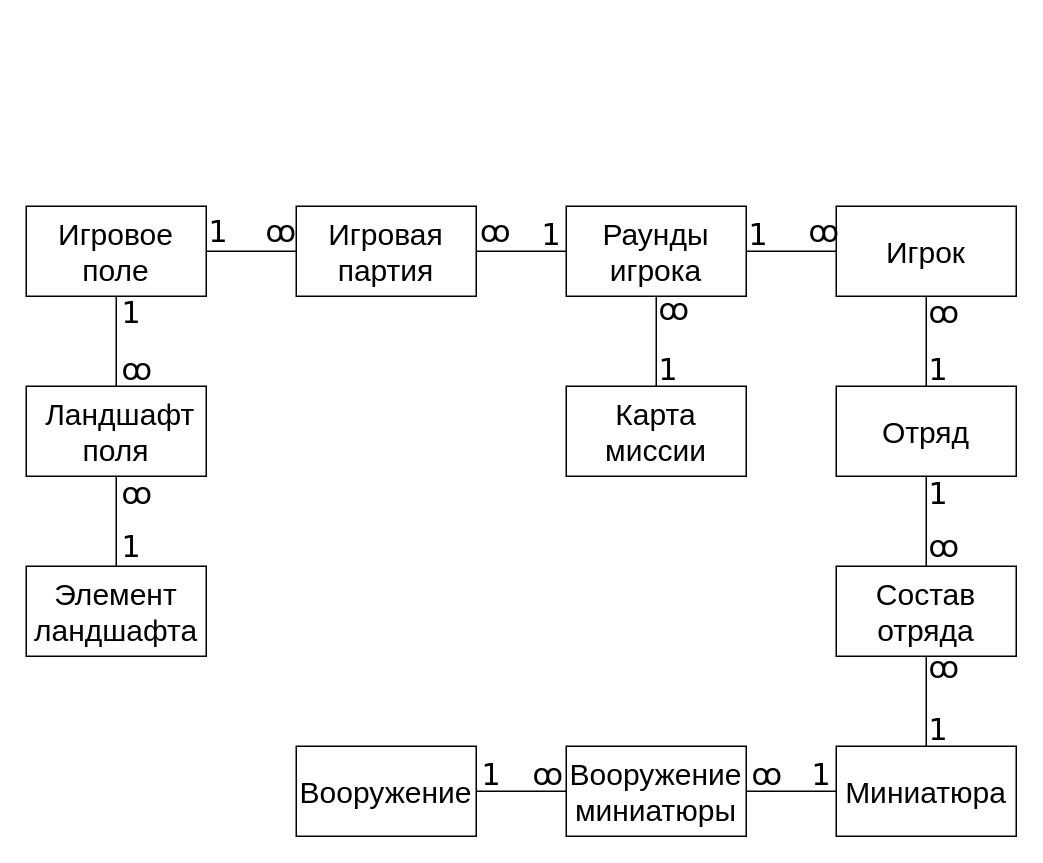
Before: Схема объектов/kill_team_entity_diag_v2.drawio in sakralen/hsai-db, a draw.io diagram. Source tidied: cells renumbered, new cells numbered last; positions are measured from the earlier drawing's top-left corner, leaving out a move shared by most shapes. Both pictures are drawn from the tidied source at 150%, with x=0, y=0 at pixel (26, 202).
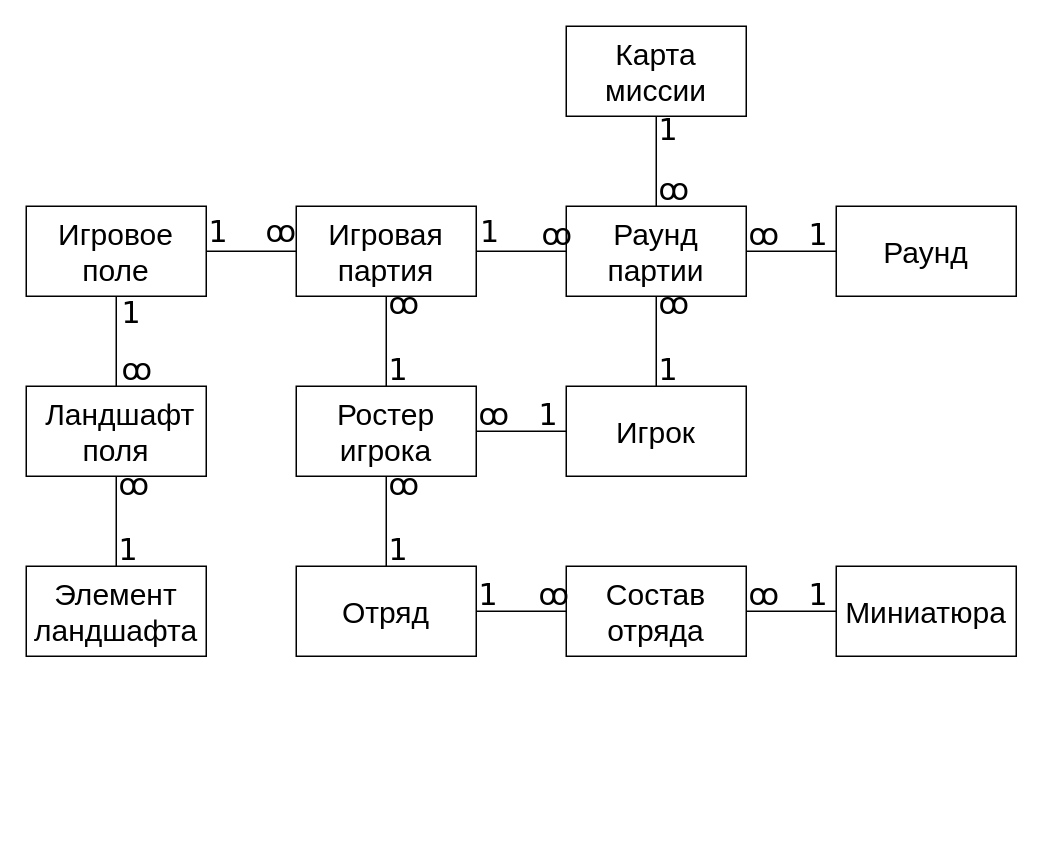
Above is the later version.

Commit message (it also covers changes not shown here):
reworked object diagram and schemas

Unchanged cells that the change refers to:
```xml
<mxCell id="12" value="Игровая партия" style="rounded=0;whiteSpace=wrap;html=1;fontSize=20;" parent="1" vertex="1">
  <mxGeometry x="180" y="2" width="120" height="60" as="geometry" />
</mxCell>
```

Diff of the diagram source:
```diff
@@
-    <mxCell id="7" value="Вооружение&lt;br style=&quot;font-size: 20px;&quot;&gt;миниатюры" style="rounded=0;whiteSpace=wrap;html=1;fontSize=20;" parent="1" vertex="1">
-      <mxGeometry x="360" y="362" width="120" height="60" as="geometry" />
-    </mxCell>
-    <mxCell id="8" style="edgeStyle=orthogonalEdgeStyle;rounded=0;jettySize=auto;html=1;exitX=0;exitY=0.5;exitDx=0;exitDy=0;entryX=1;entryY=0.5;entryDx=0;entryDy=0;endArrow=none;endFill=0;startArrow=none;startFill=0;fontSize=20;" parent="1" edge="1" source="9" target="7">
-      <mxGeometry relative="1" as="geometry" />
-    </mxCell>
     <mxCell id="9" value="Миниатюра" style="rounded=0;whiteSpace=wrap;html=1;fontSize=20;" parent="1" vertex="1">
-      <mxGeometry x="540" y="362" width="120" height="60" as="geometry" />
+      <mxGeometry x="540" y="242" width="120" height="60" as="geometry" />
     </mxCell>
@@
+    <mxCell id="47" style="edgeStyle=orthogonalEdgeStyle;rounded=0;jettySize=auto;html=1;exitX=0.5;exitY=1;exitDx=0;exitDy=0;entryX=0.5;entryY=0;entryDx=0;entryDy=0;endArrow=none;endFill=0;" parent="1" edge="1" source="12" target="54">
+      <mxGeometry relative="1" as="geometry" />
+    </mxCell>
@@
-    <mxCell id="13" style="edgeStyle=orthogonalEdgeStyle;rounded=0;jettySize=auto;html=1;exitX=0.5;exitY=1;exitDx=0;exitDy=0;entryX=0.5;entryY=0;entryDx=0;entryDy=0;endArrow=none;endFill=0;startArrow=none;startFill=0;fontSize=20;" parent="1" edge="1" source="16" target="14">
-      <mxGeometry relative="1" as="geometry" />
-    </mxCell>
+    <mxCell id="48" style="edgeStyle=orthogonalEdgeStyle;rounded=0;jettySize=auto;html=1;exitX=0.5;exitY=1;exitDx=0;exitDy=0;entryX=0.5;entryY=0;entryDx=0;entryDy=0;endArrow=none;endFill=0;" parent="1" edge="1" source="14" target="16">
+      <mxGeometry relative="1" as="geometry" />
+    </mxCell>
     <mxCell id="14" value="Карта миссии" style="rounded=0;whiteSpace=wrap;html=1;fontSize=20;" parent="1" vertex="1">
-      <mxGeometry x="360" y="122" width="120" height="60" as="geometry" />
+      <mxGeometry x="360" y="-118" width="120" height="60" as="geometry" />
     </mxCell>
-    <mxCell id="15" style="edgeStyle=orthogonalEdgeStyle;rounded=0;jettySize=auto;html=1;exitX=1;exitY=0.5;exitDx=0;exitDy=0;entryX=0;entryY=0.5;entryDx=0;entryDy=0;endArrow=none;endFill=0;fontSize=20;" parent="1" edge="1" source="16" target="18">
-      <mxGeometry relative="1" as="geometry" />
-    </mxCell>
-    <mxCell id="16" value="Раунды игрока" style="rounded=0;whiteSpace=wrap;html=1;fontSize=20;" parent="1" vertex="1">
+    <mxCell id="16" value="Раунд партии" style="rounded=0;whiteSpace=wrap;html=1;fontSize=20;" parent="1" vertex="1">
       <mxGeometry x="360" y="2" width="120" height="60" as="geometry" />
     </mxCell>
-    <mxCell id="17" style="edgeStyle=orthogonalEdgeStyle;rounded=0;jettySize=auto;html=1;exitX=0.5;exitY=1;exitDx=0;exitDy=0;entryX=0.5;entryY=0;entryDx=0;entryDy=0;endArrow=none;endFill=0;fontSize=20;" parent="1" edge="1" source="18" target="20">
-      <mxGeometry relative="1" as="geometry" />
-    </mxCell>
+    <mxCell id="49" style="edgeStyle=orthogonalEdgeStyle;rounded=0;jettySize=auto;html=1;exitX=0.5;exitY=0;exitDx=0;exitDy=0;entryX=0.5;entryY=1;entryDx=0;entryDy=0;endArrow=none;endFill=0;" parent="1" edge="1" source="18" target="16">
+      <mxGeometry relative="1" as="geometry" />
+    </mxCell>
+    <mxCell id="50" style="edgeStyle=orthogonalEdgeStyle;rounded=0;jettySize=auto;html=1;exitX=0;exitY=0.5;exitDx=0;exitDy=0;entryX=1;entryY=0.5;entryDx=0;entryDy=0;endArrow=none;endFill=0;" parent="1" edge="1" source="18" target="54">
+      <mxGeometry relative="1" as="geometry" />
+    </mxCell>
     <mxCell id="18" value="Игрок" style="rounded=0;whiteSpace=wrap;html=1;fontSize=20;" parent="1" vertex="1">
-      <mxGeometry x="540" y="2" width="120" height="60" as="geometry" />
+      <mxGeometry x="360" y="122" width="120" height="60" as="geometry" />
     </mxCell>
-    <mxCell id="19" style="edgeStyle=orthogonalEdgeStyle;rounded=0;jettySize=auto;html=1;exitX=0.5;exitY=1;exitDx=0;exitDy=0;entryX=0.5;entryY=0;entryDx=0;entryDy=0;endArrow=none;endFill=0;startArrow=none;startFill=0;fontSize=20;" parent="1" edge="1" source="20" target="22">
+    <mxCell id="19" style="edgeStyle=orthogonalEdgeStyle;rounded=0;jettySize=auto;html=1;exitX=1;exitY=0.5;exitDx=0;exitDy=0;entryX=0;entryY=0.5;entryDx=0;entryDy=0;endArrow=none;endFill=0;" parent="1" edge="1" source="20" target="22">
       <mxGeometry relative="1" as="geometry" />
     </mxCell>
     <mxCell id="20" value="Отряд" style="rounded=0;whiteSpace=wrap;html=1;fontSize=20;" parent="1" vertex="1">
-      <mxGeometry x="540" y="122" width="120" height="60" as="geometry" />
+      <mxGeometry x="180" y="242" width="120" height="60" as="geometry" />
     </mxCell>
-    <mxCell id="21" style="edgeStyle=orthogonalEdgeStyle;rounded=0;jettySize=auto;html=1;exitX=0.5;exitY=1;exitDx=0;exitDy=0;entryX=0.5;entryY=0;entryDx=0;entryDy=0;endArrow=none;endFill=0;startArrow=none;startFill=0;fontSize=20;" parent="1" edge="1" source="22" target="9">
+    <mxCell id="21" style="edgeStyle=orthogonalEdgeStyle;rounded=0;jettySize=auto;html=1;exitX=1;exitY=0.5;exitDx=0;exitDy=0;entryX=0;entryY=0.5;entryDx=0;entryDy=0;endArrow=none;endFill=0;" parent="1" edge="1" source="22" target="9">
       <mxGeometry relative="1" as="geometry" />
     </mxCell>
     <mxCell id="22" value="Состав отряда" style="rounded=0;whiteSpace=wrap;html=1;fontSize=20;" parent="1" vertex="1">
-      <mxGeometry x="540" y="242" width="120" height="60" as="geometry" />
+      <mxGeometry x="360" y="242" width="120" height="60" as="geometry" />
     </mxCell>
@@
     <mxCell id="25" value="1" style="text;whiteSpace=wrap;html=1;fontFamily=Verdana;fontSize=20;" parent="1" vertex="1">
-      <mxGeometry x="62" y="210" width="20" height="30" as="geometry" />
+      <mxGeometry x="60" y="212" width="20" height="30" as="geometry" />
     </mxCell>
@@
     <mxCell id="27" value="ꝏ" style="text;whiteSpace=wrap;html=1;fontFamily=Verdana;fontSize=20;" parent="1" vertex="1">
-      <mxGeometry x="62" y="175" width="20" height="30" as="geometry" />
+      <mxGeometry x="60" y="169" width="20" height="30" as="geometry" />
     </mxCell>
-    <mxCell id="28" style="edgeStyle=orthogonalEdgeStyle;rounded=0;jettySize=auto;html=1;exitX=1;exitY=0.5;exitDx=0;exitDy=0;entryX=0;entryY=0.5;entryDx=0;entryDy=0;endArrow=none;endFill=0;fontSize=20;" parent="1" edge="1" source="29" target="7">
-      <mxGeometry relative="1" as="geometry" />
-    </mxCell>
-    <mxCell id="29" value="Вооружение" style="rounded=0;whiteSpace=wrap;html=1;fontSize=20;" parent="1" vertex="1">
-      <mxGeometry x="180" y="362" width="120" height="60" as="geometry" />
-    </mxCell>
@@
-    <mxCell id="31" value="ꝏ" style="text;whiteSpace=wrap;html=1;fontFamily=Verdana;fontSize=20;" parent="1" vertex="1">
+    <mxCell id="31" value="1" style="text;whiteSpace=wrap;html=1;fontFamily=Verdana;fontSize=20;" parent="1" vertex="1">
       <mxGeometry x="301" width="20" height="30" as="geometry" />
     </mxCell>
-    <mxCell id="32" value="1" style="text;whiteSpace=wrap;html=1;fontFamily=Verdana;fontSize=20;" parent="1" vertex="1">
+    <mxCell id="32" value="ꝏ" style="text;whiteSpace=wrap;html=1;fontFamily=Verdana;fontSize=20;" parent="1" vertex="1">
       <mxGeometry x="342" y="2" width="20" height="30" as="geometry" />
     </mxCell>
-    <mxCell id="33" value="ꝏ" style="text;whiteSpace=wrap;html=1;fontFamily=Verdana;fontSize=20;" parent="1" vertex="1">
-      <mxGeometry x="520" width="20" height="30" as="geometry" />
-    </mxCell>
-    <mxCell id="34" value="1" style="text;whiteSpace=wrap;html=1;fontFamily=Verdana;fontSize=20;" parent="1" vertex="1">
-      <mxGeometry x="480" y="2" width="20" height="30" as="geometry" />
-    </mxCell>
-    <mxCell id="35" value="1" style="text;whiteSpace=wrap;html=1;fontFamily=Verdana;fontSize=20;" parent="1" vertex="1">
-      <mxGeometry x="600" y="92" width="20" height="30" as="geometry" />
-    </mxCell>
-    <mxCell id="36" value="ꝏ" style="text;whiteSpace=wrap;html=1;fontFamily=Verdana;fontSize=20;" parent="1" vertex="1">
-      <mxGeometry x="600" y="54" width="20" height="30" as="geometry" />
-    </mxCell>
-    <mxCell id="37" value="1" style="text;whiteSpace=wrap;html=1;fontFamily=Verdana;fontSize=20;" parent="1" vertex="1">
-      <mxGeometry x="600" y="175" width="20" height="30" as="geometry" />
-    </mxCell>
-    <mxCell id="38" value="ꝏ" style="text;whiteSpace=wrap;html=1;fontFamily=Verdana;fontSize=20;" parent="1" vertex="1">
-      <mxGeometry x="600" y="210" width="20" height="30" as="geometry" />
-    </mxCell>
-    <mxCell id="39" value="ꝏ" style="text;whiteSpace=wrap;html=1;fontFamily=Verdana;fontSize=20;" parent="1" vertex="1">
-      <mxGeometry x="600" y="291" width="20" height="30" as="geometry" />
-    </mxCell>
-    <mxCell id="40" value="1" style="text;whiteSpace=wrap;html=1;fontFamily=Verdana;fontSize=20;" parent="1" vertex="1">
-      <mxGeometry x="600" y="332" width="20" height="30" as="geometry" />
-    </mxCell>
-    <mxCell id="41" value="ꝏ" style="text;whiteSpace=wrap;html=1;fontFamily=Verdana;fontSize=20;" parent="1" vertex="1">
-      <mxGeometry x="482" y="362" width="20" height="30" as="geometry" />
-    </mxCell>
-    <mxCell id="42" value="ꝏ" style="text;whiteSpace=wrap;html=1;fontFamily=Verdana;fontSize=20;" parent="1" vertex="1">
-      <mxGeometry x="336" y="362" width="20" height="30" as="geometry" />
-    </mxCell>
-    <mxCell id="43" value="1" style="text;whiteSpace=wrap;html=1;fontFamily=Verdana;fontSize=20;" parent="1" vertex="1">
-      <mxGeometry x="522" y="362" width="20" height="30" as="geometry" />
-    </mxCell>
-    <mxCell id="44" value="1" style="text;whiteSpace=wrap;html=1;fontFamily=Verdana;fontSize=20;" parent="1" vertex="1">
-      <mxGeometry x="302" y="362" width="20" height="30" as="geometry" />
-    </mxCell>
+    <mxCell id="51" style="edgeStyle=orthogonalEdgeStyle;rounded=0;jettySize=auto;html=1;exitX=0;exitY=0.5;exitDx=0;exitDy=0;endArrow=none;endFill=0;" parent="1" edge="1" source="52" target="16">
+      <mxGeometry relative="1" as="geometry" />
+    </mxCell>
+    <mxCell id="52" value="Раунд" style="rounded=0;whiteSpace=wrap;html=1;fontSize=20;" parent="1" vertex="1">
+      <mxGeometry x="540" y="2" width="120" height="60" as="geometry" />
+    </mxCell>
+    <mxCell id="53" style="edgeStyle=orthogonalEdgeStyle;rounded=0;jettySize=auto;html=1;exitX=0.5;exitY=1;exitDx=0;exitDy=0;endArrow=none;endFill=0;" parent="1" edge="1" source="54" target="20">
+      <mxGeometry relative="1" as="geometry" />
+    </mxCell>
+    <mxCell id="54" value="Ростер игрока" style="rounded=0;whiteSpace=wrap;html=1;fontSize=20;" parent="1" vertex="1">
+      <mxGeometry x="180" y="122" width="120" height="60" as="geometry" />
+    </mxCell>
@@
-    <mxCell id="46" value="ꝏ" style="text;whiteSpace=wrap;html=1;fontFamily=Verdana;fontSize=20;" parent="1" vertex="1">
-      <mxGeometry x="420" y="52" width="20" height="30" as="geometry" />
-    </mxCell>
+    <mxCell id="55" value="ꝏ" style="text;whiteSpace=wrap;html=1;fontFamily=Verdana;fontSize=20;" parent="1" vertex="1">
+      <mxGeometry x="420" y="48" width="20" height="30" as="geometry" />
+    </mxCell>
+    <mxCell id="56" value="ꝏ" style="text;whiteSpace=wrap;html=1;fontFamily=Verdana;fontSize=20;" parent="1" vertex="1">
+      <mxGeometry x="420" y="-28" width="20" height="30" as="geometry" />
+    </mxCell>
+    <mxCell id="57" value="1" style="text;whiteSpace=wrap;html=1;fontFamily=Verdana;fontSize=20;" parent="1" vertex="1">
+      <mxGeometry x="420" y="-68" width="20" height="30" as="geometry" />
+    </mxCell>
+    <mxCell id="58" value="ꝏ" style="text;whiteSpace=wrap;html=1;fontFamily=Verdana;fontSize=20;" parent="1" vertex="1">
+      <mxGeometry x="480" y="2" width="20" height="30" as="geometry" />
+    </mxCell>
+    <mxCell id="59" value="1" style="text;whiteSpace=wrap;html=1;fontFamily=Verdana;fontSize=20;" parent="1" vertex="1">
+      <mxGeometry x="520" y="2" width="20" height="30" as="geometry" />
+    </mxCell>
+    <mxCell id="60" value="ꝏ" style="text;whiteSpace=wrap;html=1;fontFamily=Verdana;fontSize=20;" parent="1" vertex="1">
+      <mxGeometry x="300" y="122" width="20" height="30" as="geometry" />
+    </mxCell>
+    <mxCell id="61" value="1" style="text;whiteSpace=wrap;html=1;fontFamily=Verdana;fontSize=20;" parent="1" vertex="1">
+      <mxGeometry x="340" y="122" width="20" height="30" as="geometry" />
+    </mxCell>
+    <mxCell id="62" value="ꝏ" style="text;whiteSpace=wrap;html=1;fontFamily=Verdana;fontSize=20;" parent="1" vertex="1">
+      <mxGeometry x="240" y="169" width="20" height="30" as="geometry" />
+    </mxCell>
+    <mxCell id="63" value="1" style="text;whiteSpace=wrap;html=1;fontFamily=Verdana;fontSize=20;" parent="1" vertex="1">
+      <mxGeometry x="240" y="212" width="20" height="30" as="geometry" />
+    </mxCell>
+    <mxCell id="64" value="1" style="text;whiteSpace=wrap;html=1;fontFamily=Verdana;fontSize=20;" parent="1" vertex="1">
+      <mxGeometry x="300" y="242" width="20" height="30" as="geometry" />
+    </mxCell>
+    <mxCell id="65" value="ꝏ" style="text;whiteSpace=wrap;html=1;fontFamily=Verdana;fontSize=20;" parent="1" vertex="1">
+      <mxGeometry x="340" y="242" width="20" height="30" as="geometry" />
+    </mxCell>
+    <mxCell id="66" value="ꝏ" style="text;whiteSpace=wrap;html=1;fontFamily=Verdana;fontSize=20;" parent="1" vertex="1">
+      <mxGeometry x="480" y="242" width="20" height="30" as="geometry" />
+    </mxCell>
+    <mxCell id="67" value="1" style="text;whiteSpace=wrap;html=1;fontFamily=Verdana;fontSize=20;" parent="1" vertex="1">
+      <mxGeometry x="520" y="242" width="20" height="30" as="geometry" />
+    </mxCell>
+    <mxCell id="68" value="ꝏ" style="text;whiteSpace=wrap;html=1;fontFamily=Verdana;fontSize=20;" parent="1" vertex="1">
+      <mxGeometry x="240" y="48" width="20" height="30" as="geometry" />
+    </mxCell>
+    <mxCell id="69" value="1" style="text;whiteSpace=wrap;html=1;fontFamily=Verdana;fontSize=20;" parent="1" vertex="1">
+      <mxGeometry x="240" y="92" width="20" height="30" as="geometry" />
+    </mxCell>
```
